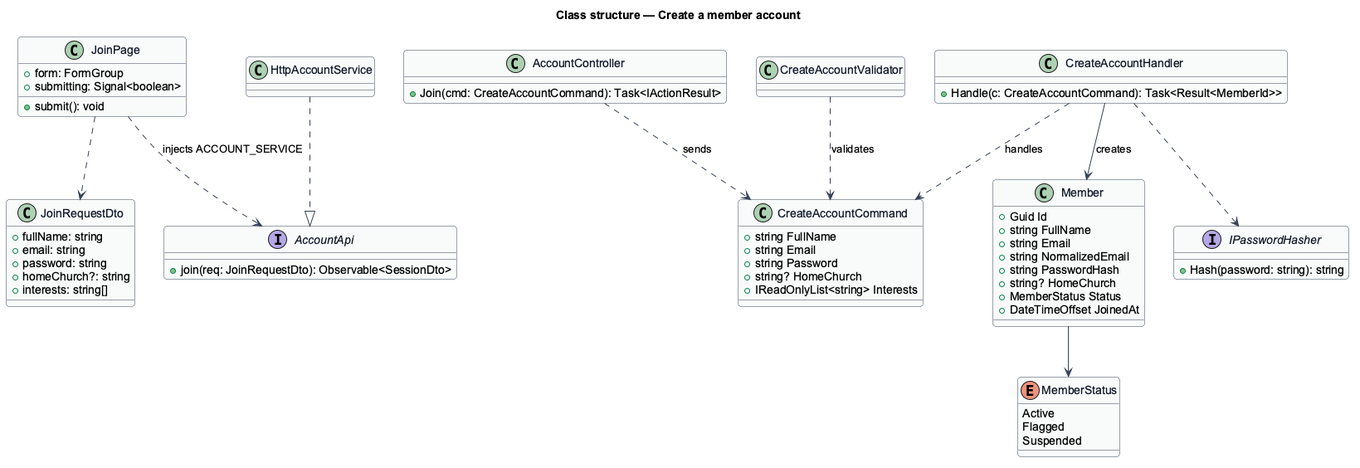
This is docs/detailed-designs/member-access/create-account/diagrams/class-structure.png from QuinntyneBrown/christian-fitness, a PlantUML export, as it was before one commit. The source it was exported from:
```plantuml
@startuml
skinparam backgroundColor #FFFFFF
skinparam shadowing false
skinparam roundcorner 8
skinparam defaultFontName Arial
skinparam ArrowColor #344054
skinparam class {
  BorderColor #344054
  FontColor #101828
  BackgroundColor #F9FAFB
}
title Class structure — Create a member account
class JoinPage {
  +form: FormGroup
  +submitting: Signal<boolean>
  +submit(): void
}
interface AccountApi {
  +join(req: JoinRequestDto): Observable<SessionDto>
}
class HttpAccountService
class JoinRequestDto {
  +fullName: string
  +email: string
  +password: string
  +homeChurch?: string
  +interests: string[]
}
class AccountController {
  +Join(cmd: CreateAccountCommand): Task<IActionResult>
}
class CreateAccountCommand {
  +string FullName
  +string Email
  +string Password
  +string? HomeChurch
  +IReadOnlyList<string> Interests
}
class CreateAccountValidator
class CreateAccountHandler {
  +Handle(c: CreateAccountCommand): Task<Result<MemberId>>
}
class Member {
  +Guid Id
  +string FullName
  +string Email
  +string NormalizedEmail
  +string PasswordHash
  +string? HomeChurch
  +MemberStatus Status
  +DateTimeOffset JoinedAt
}
enum MemberStatus {
  Active
  Flagged
  Suspended
}
interface IPasswordHasher {
  +Hash(password: string): string
}
HttpAccountService ..|> AccountApi
JoinPage ..> AccountApi : injects ACCOUNT_SERVICE
JoinPage ..> JoinRequestDto
AccountController ..> CreateAccountCommand : sends
CreateAccountValidator ..> CreateAccountCommand : validates
CreateAccountHandler ..> CreateAccountCommand : handles
CreateAccountHandler ..> IPasswordHasher
CreateAccountHandler --> Member : creates
Member --> MemberStatus
@enduml
```
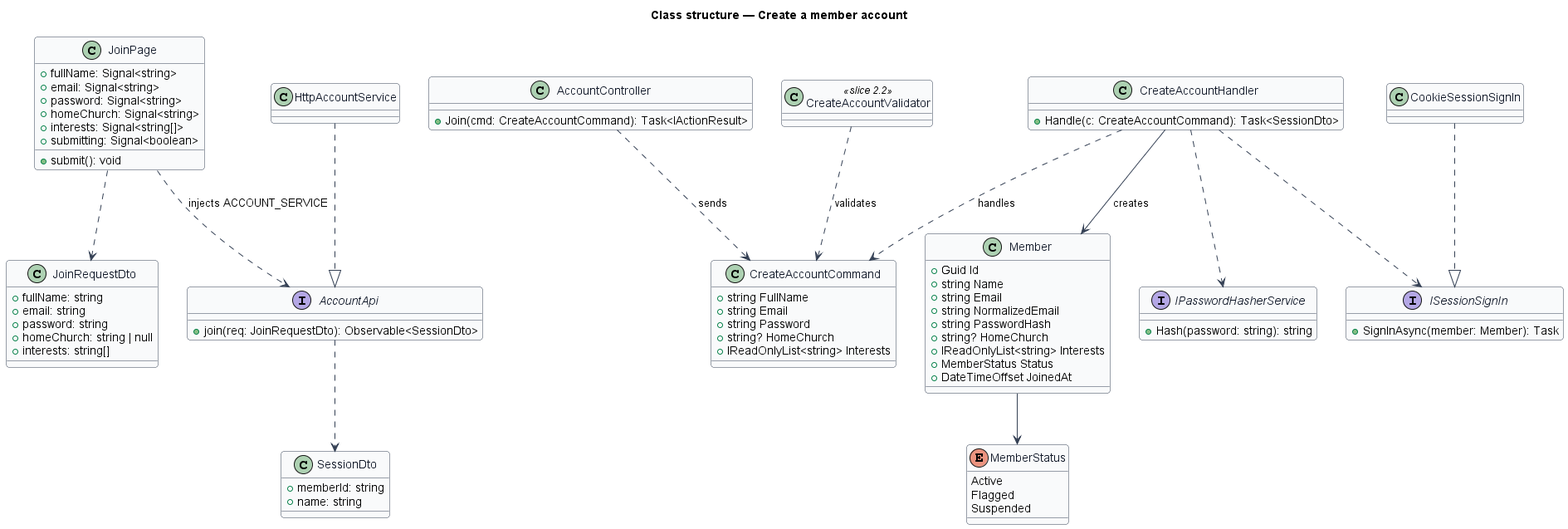
The same file after the commit.

Commit message:
Design slice 2.1: join signs the member in and lands on a Home stand-in

What changed in the source:
```diff
@@ -11,7 +11,11 @@
 }
 title Class structure — Create a member account
 class JoinPage {
-  +form: FormGroup
+  +fullName: Signal<string>
+  +email: Signal<string>
+  +password: Signal<string>
+  +homeChurch: Signal<string>
+  +interests: Signal<string[]>
   +submitting: Signal<boolean>
   +submit(): void
 }
@@ -23,8 +27,12 @@
   +fullName: string
   +email: string
   +password: string
-  +homeChurch?: string
+  +homeChurch: string | null
   +interests: string[]
+}
+class SessionDto {
+  +memberId: string
+  +name: string
 }
 class AccountController {
   +Join(cmd: CreateAccountCommand): Task<IActionResult>
@@ -36,17 +44,18 @@
   +string? HomeChurch
   +IReadOnlyList<string> Interests
 }
-class CreateAccountValidator
+class CreateAccountValidator <<slice 2.2>>
 class CreateAccountHandler {
-  +Handle(c: CreateAccountCommand): Task<Result<MemberId>>
+  +Handle(c: CreateAccountCommand): Task<SessionDto>
 }
 class Member {
   +Guid Id
-  +string FullName
+  +string Name
   +string Email
   +string NormalizedEmail
   +string PasswordHash
   +string? HomeChurch
+  +IReadOnlyList<string> Interests
   +MemberStatus Status
   +DateTimeOffset JoinedAt
 }
@@ -55,16 +64,23 @@
   Flagged
   Suspended
 }
-interface IPasswordHasher {
+interface IPasswordHasherService {
   +Hash(password: string): string
 }
+interface ISessionSignIn {
+  +SignInAsync(member: Member): Task
+}
+class CookieSessionSignIn
 HttpAccountService ..|> AccountApi
+CookieSessionSignIn ..|> ISessionSignIn
 JoinPage ..> AccountApi : injects ACCOUNT_SERVICE
 JoinPage ..> JoinRequestDto
+AccountApi ..> SessionDto
 AccountController ..> CreateAccountCommand : sends
 CreateAccountValidator ..> CreateAccountCommand : validates
 CreateAccountHandler ..> CreateAccountCommand : handles
-CreateAccountHandler ..> IPasswordHasher
+CreateAccountHandler ..> IPasswordHasherService
+CreateAccountHandler ..> ISessionSignIn
 CreateAccountHandler --> Member : creates
 Member --> MemberStatus
 @enduml
```
